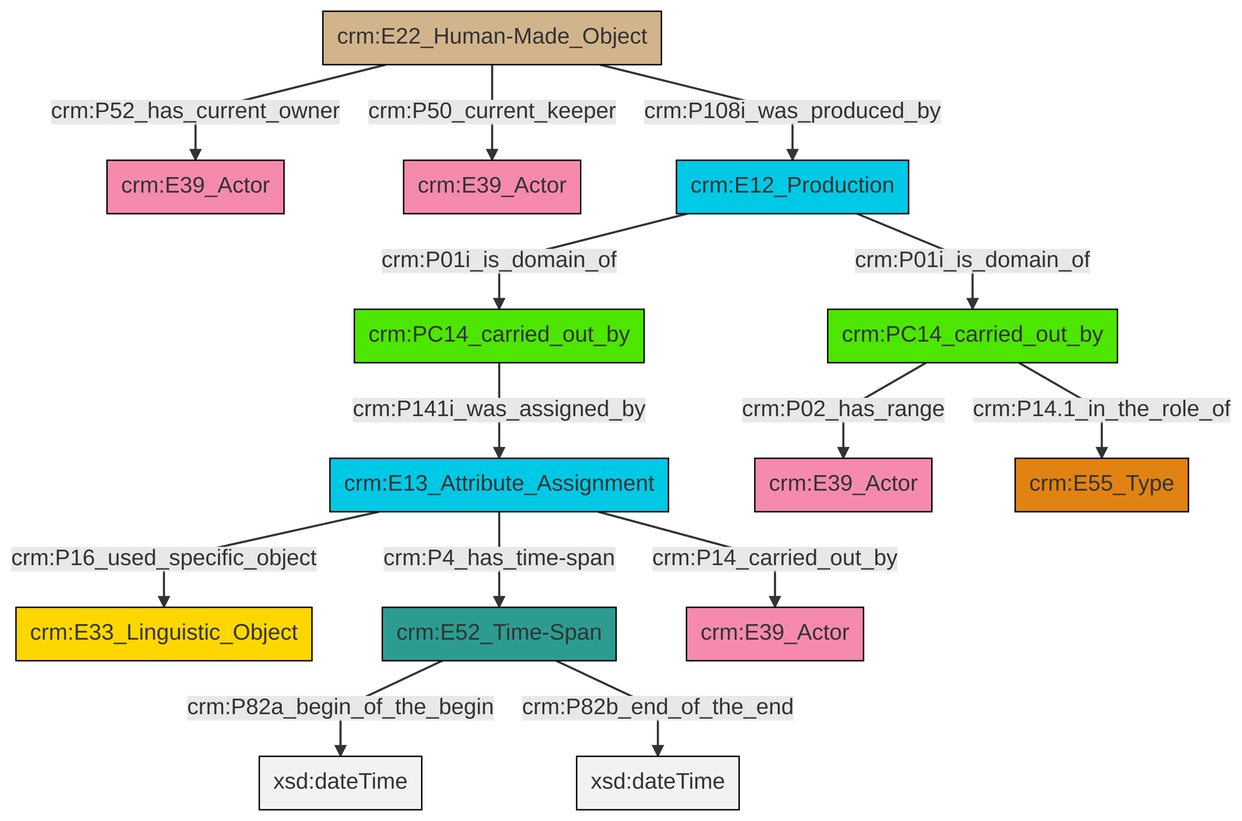
This is et/carrierCSV/ttl/mmd/png/carrier_relations.png from swiss-art-research-net/docs.swissartresearch, a Mermaid export, as it was before one commit. Its source is kept beside it as et/carrierCSV/ttl/mmd/carrier_relations.ttl.mmd.
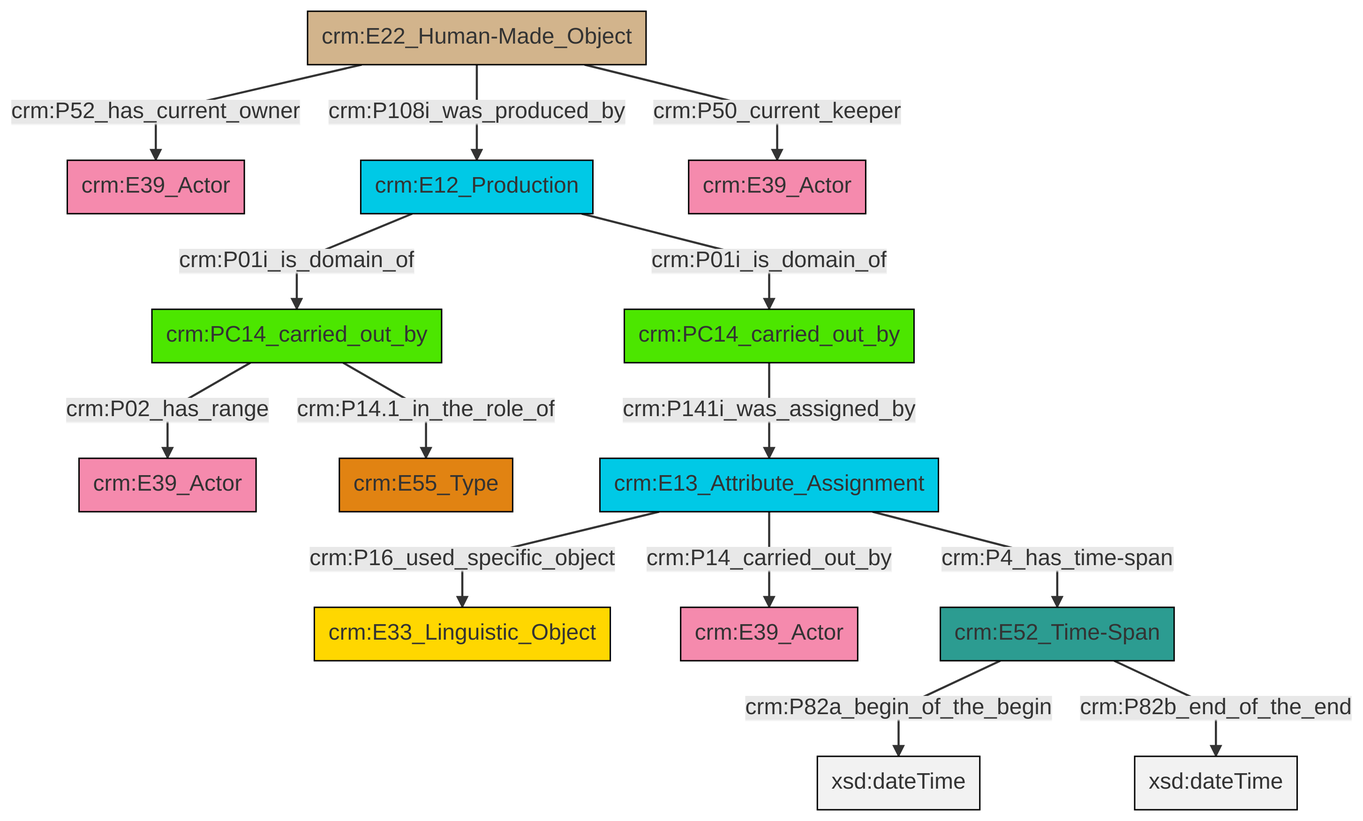
After the change.

The edit, as a diff of the source:
```diff
@@ -13,16 +13,16 @@
 classDef PC_Classes fill:#4ce600, stroke:#000000;
 classDef Multi fill:#cccccc,stroke:#000000;
 
-0["crm:E12_Production"]:::Temporal_Entity -->|crm:P01i_is_domain_of| 1["crm:PC14_carried_out_by"]:::PC_Classes
-2["crm:PC14_carried_out_by"]:::PC_Classes -->|crm:P02_has_range| 3["crm:E39_Actor"]:::Actor
-6["crm:E22_Human-Made_Object"]:::Physical_Thing -->|crm:P52_has_current_owner| 7["crm:E39_Actor"]:::Actor
-6["crm:E22_Human-Made_Object"]:::Physical_Thing -->|crm:P50_current_keeper| 8["crm:E39_Actor"]:::Actor
-6["crm:E22_Human-Made_Object"]:::Physical_Thing -->|crm:P108i_was_produced_by| 0["crm:E12_Production"]:::Temporal_Entity
-9["crm:E52_Time-Span"]:::Time-Span -->|crm:P82a_begin_of_the_begin| 10[xsd:dateTime]:::Literal
-4["crm:E13_Attribute_Assignment"]:::Temporal_Entity -->|crm:P16_used_specific_object| 11["crm:E33_Linguistic_Object"]:::Conceptual_Object
-9["crm:E52_Time-Span"]:::Time-Span -->|crm:P82b_end_of_the_end| 14[xsd:dateTime]:::Literal
-4["crm:E13_Attribute_Assignment"]:::Temporal_Entity -->|crm:P4_has_time-span| 9["crm:E52_Time-Span"]:::Time-Span
-1["crm:PC14_carried_out_by"]:::PC_Classes -->|crm:P141i_was_assigned_by| 4["crm:E13_Attribute_Assignment"]:::Temporal_Entity
-4["crm:E13_Attribute_Assignment"]:::Temporal_Entity -->|crm:P14_carried_out_by| 19["crm:E39_Actor"]:::Actor
-0["crm:E12_Production"]:::Temporal_Entity -->|crm:P01i_is_domain_of| 2["crm:PC14_carried_out_by"]:::PC_Classes
-2["crm:PC14_carried_out_by"]:::PC_Classes -->|crm:P14.1_in_the_role_of| 16["crm:E55_Type"]:::Type
+0["crm:E22_Human-Made_Object"]:::Physical_Thing -->|crm:P52_has_current_owner| 1["crm:E39_Actor"]:::Actor
+0["crm:E22_Human-Made_Object"]:::Physical_Thing -->|crm:P108i_was_produced_by| 2["crm:E12_Production"]:::Temporal_Entity
+0["crm:E22_Human-Made_Object"]:::Physical_Thing -->|crm:P50_current_keeper| 3["crm:E39_Actor"]:::Actor
+13["crm:PC14_carried_out_by"]:::PC_Classes -->|crm:P141i_was_assigned_by| 11["crm:E13_Attribute_Assignment"]:::Temporal_Entity
+11["crm:E13_Attribute_Assignment"]:::Temporal_Entity -->|crm:P16_used_specific_object| 7["crm:E33_Linguistic_Object"]:::Conceptual_Object
+15["crm:E52_Time-Span"]:::Time-Span -->|crm:P82a_begin_of_the_begin| 16[xsd:dateTime]:::Literal
+15["crm:E52_Time-Span"]:::Time-Span -->|crm:P82b_end_of_the_end| 17[xsd:dateTime]:::Literal
+5["crm:PC14_carried_out_by"]:::PC_Classes -->|crm:P02_has_range| 9["crm:E39_Actor"]:::Actor
+5["crm:PC14_carried_out_by"]:::PC_Classes -->|crm:P14.1_in_the_role_of| 18["crm:E55_Type"]:::Type
+11["crm:E13_Attribute_Assignment"]:::Temporal_Entity -->|crm:P14_carried_out_by| 22["crm:E39_Actor"]:::Actor
+2["crm:E12_Production"]:::Temporal_Entity -->|crm:P01i_is_domain_of| 5["crm:PC14_carried_out_by"]:::PC_Classes
+11["crm:E13_Attribute_Assignment"]:::Temporal_Entity -->|crm:P4_has_time-span| 15["crm:E52_Time-Span"]:::Time-Span
+2["crm:E12_Production"]:::Temporal_Entity -->|crm:P01i_is_domain_of| 13["crm:PC14_carried_out_by"]:::PC_Classes
```
